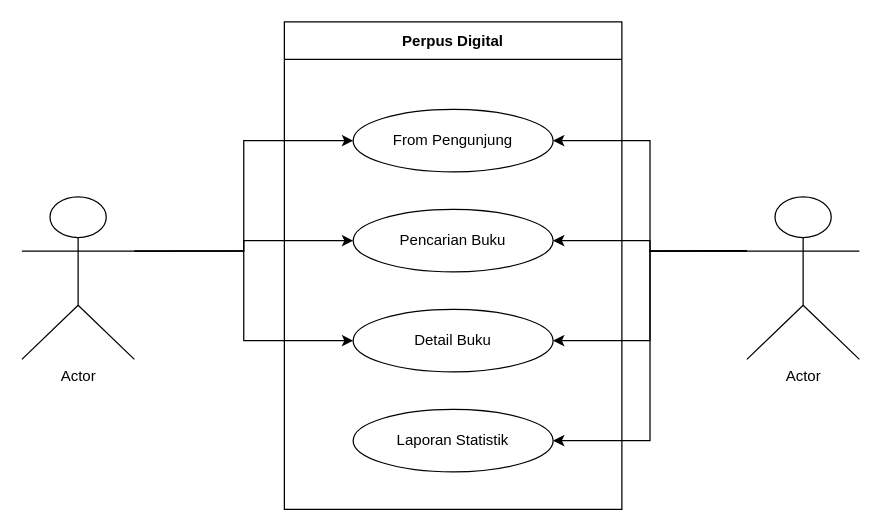
Aisiti03/use-case keeps this draw.io diagram as use-case.drawio. Above is the earlier version. Source tidied: cells renumbered, new cells numbered last; positions are measured from the earlier drawing's top-left corner, leaving out a move shared by most shapes. Both pictures are drawn from the tidied source at 125%, with x=0, y=0 at pixel (21, 21).
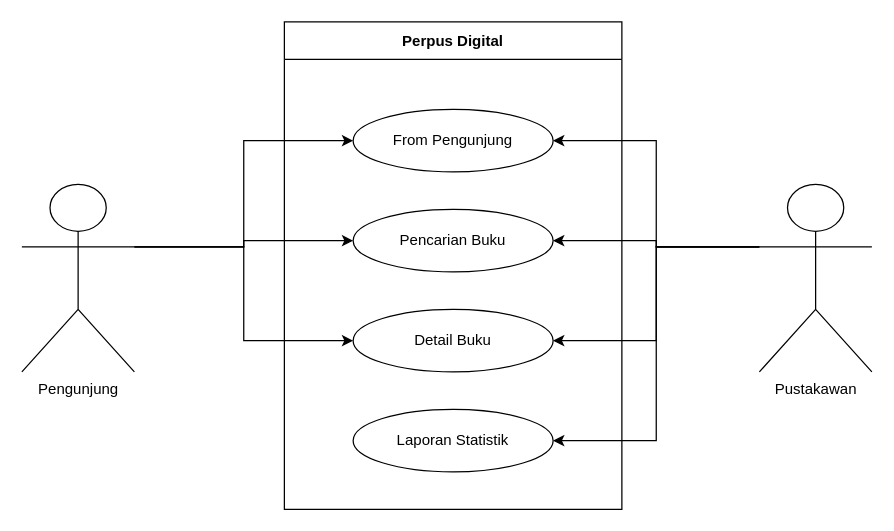
The same page after the edit.

Diff of the diagram source:
```diff
@@
 <mxGraphModel>
   <root>
     <mxCell id="0" />
     <mxCell id="1" parent="0" />
     <mxCell id="2" value="Perpus Digital" style="swimlane;startSize=30;" parent="1" vertex="1">
       <mxGeometry x="210" width="270" height="390" as="geometry" />
     </mxCell>
     <mxCell id="3" value="From Pengunjung" style="ellipse;whiteSpace=wrap;html=1;" parent="2" vertex="1">
       <mxGeometry x="55" y="70" width="160" height="50" as="geometry" />
     </mxCell>
     <mxCell id="4" value="Pencarian Buku" style="ellipse;whiteSpace=wrap;html=1;" parent="2" vertex="1">
       <mxGeometry x="55" y="150" width="160" height="50" as="geometry" />
     </mxCell>
     <mxCell id="5" value="Detail Buku" style="ellipse;whiteSpace=wrap;html=1;" parent="2" vertex="1">
       <mxGeometry x="55" y="230" width="160" height="50" as="geometry" />
     </mxCell>
     <mxCell id="6" value="Laporan Statistik" style="ellipse;whiteSpace=wrap;html=1;" parent="2" vertex="1">
       <mxGeometry x="55" y="310" width="160" height="50" as="geometry" />
     </mxCell>
-    <mxCell id="7" style="edgeStyle=orthogonalEdgeStyle;rounded=0;jettySize=auto;html=1;exitX=0;exitY=0.3333333333333333;exitDx=0;exitDy=0;exitPerimeter=0;entryX=1;entryY=0.5;entryDx=0;entryDy=0;" parent="1" edge="1" source="11" target="3">
-      <mxGeometry relative="1" as="geometry" />
-    </mxCell>
-    <mxCell id="8" style="edgeStyle=orthogonalEdgeStyle;rounded=0;jettySize=auto;html=1;entryX=1;entryY=0.5;entryDx=0;entryDy=0;" parent="1" edge="1" target="6">
-      <mxGeometry relative="1" as="geometry">
-        <mxPoint x="580" y="183" as="sourcePoint" />
-      </mxGeometry>
-    </mxCell>
-    <mxCell id="9" style="edgeStyle=orthogonalEdgeStyle;rounded=0;jettySize=auto;html=1;entryX=1;entryY=0.5;entryDx=0;entryDy=0;" parent="1" edge="1" target="4">
-      <mxGeometry relative="1" as="geometry">
-        <mxPoint x="580" y="183" as="sourcePoint" />
-      </mxGeometry>
+    <mxCell id="9" style="edgeStyle=orthogonalEdgeStyle;rounded=0;jettySize=auto;html=1;entryX=1;entryY=0.5;entryDx=0;entryDy=0;exitX=0;exitY=0.3333333333333333;exitDx=0;exitDy=0;exitPerimeter=0;" parent="1" edge="1" source="23" target="4">
+      <mxGeometry relative="1" as="geometry" />
     </mxCell>
-    <mxCell id="10" style="edgeStyle=orthogonalEdgeStyle;rounded=0;jettySize=auto;html=1;exitX=0;exitY=0.3333333333333333;exitDx=0;exitDy=0;exitPerimeter=0;entryX=1;entryY=0.5;entryDx=0;entryDy=0;" parent="1" edge="1" source="11" target="5">
-      <mxGeometry relative="1" as="geometry" />
-    </mxCell>
-    <mxCell id="11" value="Actor" style="shape=umlActor;verticalLabelPosition=bottom;verticalAlign=top;html=1;outlineConnect=0;" parent="1" vertex="1">
-      <mxGeometry x="580" y="140" width="90" height="130" as="geometry" />
-    </mxCell>
-    <mxCell id="12" style="edgeStyle=orthogonalEdgeStyle;rounded=0;jettySize=auto;html=1;exitX=1;exitY=0.3333333333333333;exitDx=0;exitDy=0;exitPerimeter=0;entryX=0;entryY=0.5;entryDx=0;entryDy=0;" parent="1" edge="1" source="15" target="3">
-      <mxGeometry relative="1" as="geometry" />
-    </mxCell>
-    <mxCell id="13" style="edgeStyle=orthogonalEdgeStyle;rounded=0;jettySize=auto;html=1;exitX=1;exitY=0.3333333333333333;exitDx=0;exitDy=0;exitPerimeter=0;entryX=0;entryY=0.5;entryDx=0;entryDy=0;" parent="1" edge="1" source="15" target="5">
-      <mxGeometry relative="1" as="geometry" />
-    </mxCell>
-    <mxCell id="14" style="edgeStyle=orthogonalEdgeStyle;rounded=0;jettySize=auto;html=1;exitX=1;exitY=0.3333333333333333;exitDx=0;exitDy=0;exitPerimeter=0;entryX=0;entryY=0.5;entryDx=0;entryDy=0;" parent="1" edge="1" source="15" target="4">
-      <mxGeometry relative="1" as="geometry" />
-    </mxCell>
-    <mxCell id="15" value="Actor" style="shape=umlActor;verticalLabelPosition=bottom;verticalAlign=top;html=1;outlineConnect=0;" parent="1" vertex="1">
-      <mxGeometry y="140" width="90" height="130" as="geometry" />
-    </mxCell>
+    <mxCell id="16" style="edgeStyle=orthogonalEdgeStyle;rounded=0;jettySize=auto;html=1;exitX=1;exitY=0.3333333333333333;exitDx=0;exitDy=0;exitPerimeter=0;entryX=0;entryY=0.5;entryDx=0;entryDy=0;" parent="1" edge="1" source="19" target="3">
+      <mxGeometry relative="1" as="geometry" />
+    </mxCell>
+    <mxCell id="17" style="edgeStyle=orthogonalEdgeStyle;rounded=0;jettySize=auto;html=1;exitX=1;exitY=0.3333333333333333;exitDx=0;exitDy=0;exitPerimeter=0;entryX=0;entryY=0.5;entryDx=0;entryDy=0;" parent="1" edge="1" source="19" target="4">
+      <mxGeometry relative="1" as="geometry" />
+    </mxCell>
+    <mxCell id="18" style="edgeStyle=orthogonalEdgeStyle;rounded=0;jettySize=auto;html=1;exitX=1;exitY=0.3333333333333333;exitDx=0;exitDy=0;exitPerimeter=0;entryX=0;entryY=0.5;entryDx=0;entryDy=0;" parent="1" edge="1" source="19" target="5">
+      <mxGeometry relative="1" as="geometry" />
+    </mxCell>
+    <mxCell id="19" value="Pengunjung" style="shape=umlActor;verticalLabelPosition=bottom;verticalAlign=top;html=1;outlineConnect=0;" parent="1" vertex="1">
+      <mxGeometry y="130" width="90" height="150" as="geometry" />
+    </mxCell>
+    <mxCell id="20" style="edgeStyle=orthogonalEdgeStyle;rounded=0;jettySize=auto;html=1;exitX=0;exitY=0.3333333333333333;exitDx=0;exitDy=0;exitPerimeter=0;entryX=1;entryY=0.5;entryDx=0;entryDy=0;" parent="1" edge="1" source="23" target="6">
+      <mxGeometry relative="1" as="geometry" />
+    </mxCell>
+    <mxCell id="21" style="edgeStyle=orthogonalEdgeStyle;rounded=0;jettySize=auto;html=1;exitX=0;exitY=0.3333333333333333;exitDx=0;exitDy=0;exitPerimeter=0;entryX=1;entryY=0.5;entryDx=0;entryDy=0;" parent="1" edge="1" source="23" target="5">
+      <mxGeometry relative="1" as="geometry" />
+    </mxCell>
+    <mxCell id="22" style="edgeStyle=orthogonalEdgeStyle;rounded=0;jettySize=auto;html=1;exitX=0;exitY=0.3333333333333333;exitDx=0;exitDy=0;exitPerimeter=0;entryX=1;entryY=0.5;entryDx=0;entryDy=0;" parent="1" edge="1" source="23" target="3">
+      <mxGeometry relative="1" as="geometry" />
+    </mxCell>
+    <mxCell id="23" value="Pustakawan" style="shape=umlActor;verticalLabelPosition=bottom;verticalAlign=top;html=1;outlineConnect=0;" parent="1" vertex="1">
+      <mxGeometry x="590" y="130" width="90" height="150" as="geometry" />
+    </mxCell>
   </root>
 </mxGraphModel>
```
